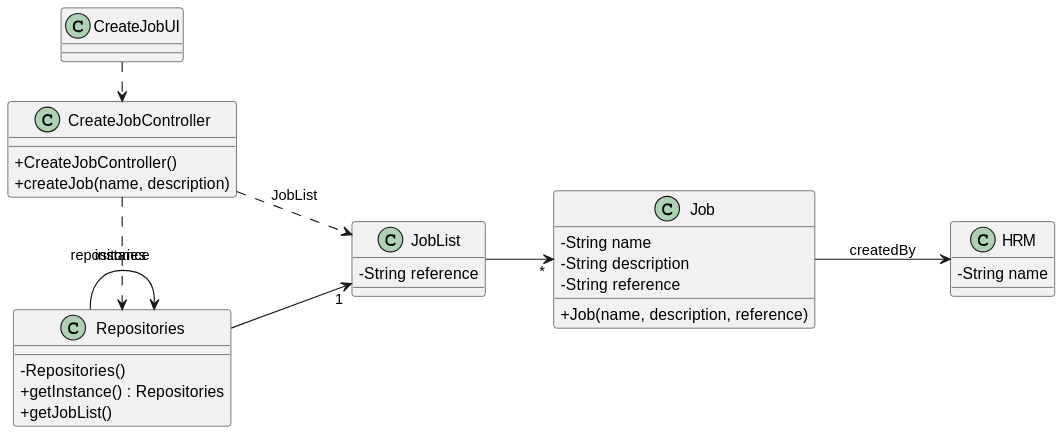
This is docs/sprintA&B/us002/03.design/svg/us002-class-diagram.svg from daniel41silva05/ISEP_2023_2024_LAPR2, a PlantUML export, as it was before one commit.
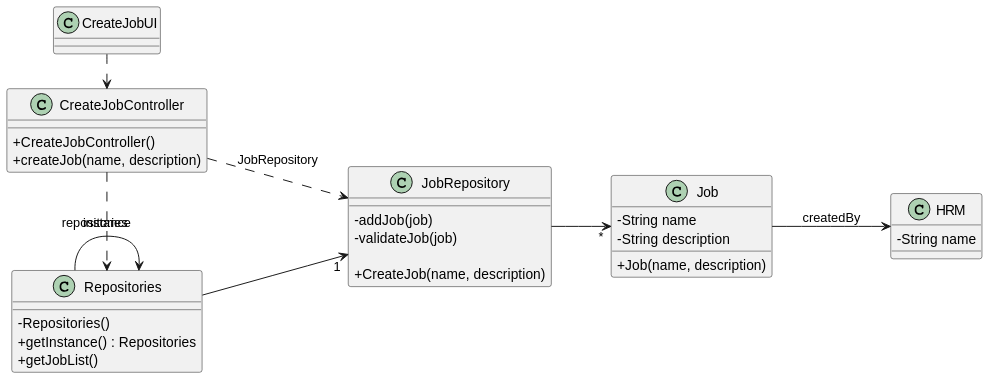
After the commit.

Change to the diagram source:
```diff
@@ -9,9 +9,13 @@
 
 
 
-class JobList{
-    -String reference
+class JobRepository{
+    -addJob(job)
+    -validateJob(job)
+
+    + CreateJob(name, description)
 }
+
 class HRM {
     - String name
 }
@@ -19,9 +23,8 @@
 class Job {
     - String name
     - String description
-    - String reference
 
-    + Job(name, description, reference)
+    + Job(name, description)
 }
 
 
@@ -52,10 +55,10 @@
 
 
 
-CreateJobController ..> JobList : JobList
-Repositories --> "1" JobList
+CreateJobController ..> JobRepository : JobRepository
+Repositories --> "1" JobRepository
 
 Job --> HRM : createdBy
-JobList --> "*" Job
+JobRepository --> "*" Job
 
 @enduml
```
